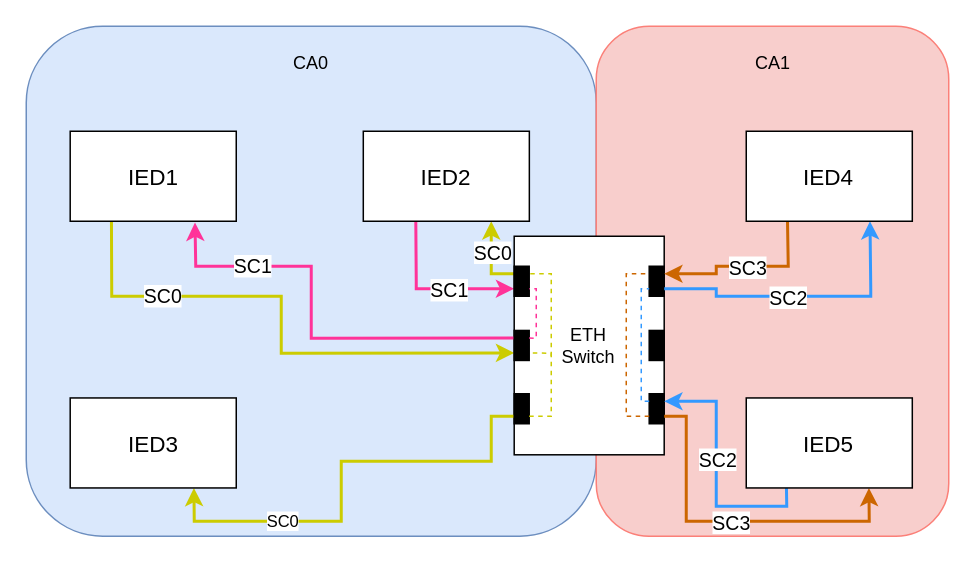
This is MACsec_documents/drawio_files/MACsec_Entities_Diagram.drawio from LFuereder/rpi_linux_macsec, a draw.io file, before an edit. Source tidied: cells renumbered, new cells numbered last; positions are measured from the earlier drawing's top-left corner, leaving out a move shared by most shapes. Both pictures are drawn from the tidied source at 150%, with x=0, y=0 at pixel (26, 26).
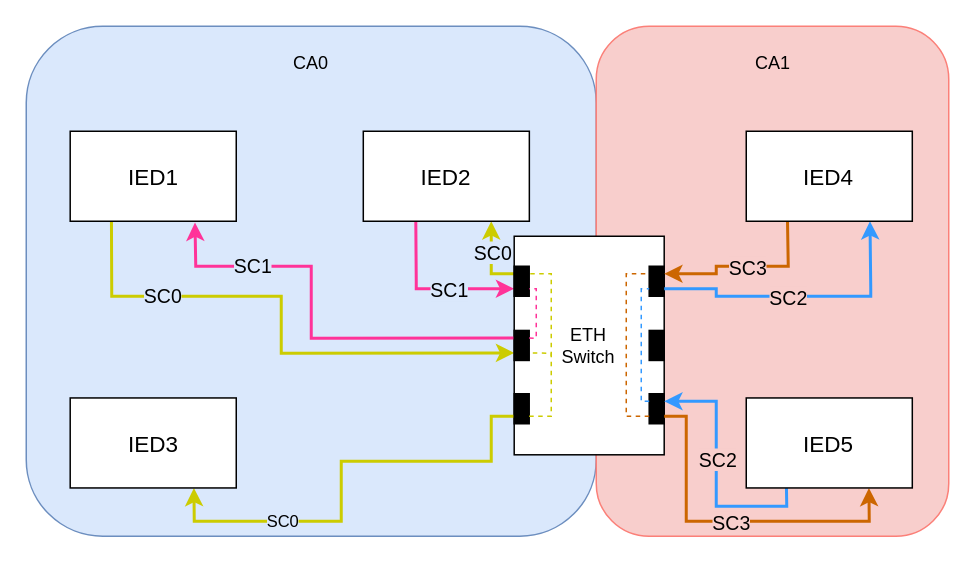
The same page after the edit.

The change refers to these unchanged cells:
```xml
<mxCell id="4" style="endArrow=classic;html=1;rounded=0;strokeColor=#FF3399;strokeWidth=2;fontColor=none;exitX=0.75;exitY=0;exitDx=0;exitDy=0;entryX=0.75;entryY=1;entryDx=0;entryDy=0;" parent="1" edge="1" target="22">
  <mxGeometry relative="1" as="geometry">
    <mxPoint x="259.7" y="130" as="sourcePoint" />
    <Array as="points">
      <mxPoint x="260" y="170" />
      <mxPoint x="260" y="175" />
      <mxPoint x="280" y="175" />
      <mxPoint x="310" y="175" />
    </Array>
  </mxGeometry>
</mxCell>
<mxCell id="6" style="endArrow=classic;html=1;rounded=0;strokeColor=#CCCC00;strokeWidth=2;fontColor=none;exitX=0.75;exitY=0;exitDx=0;exitDy=0;entryX=0.75;entryY=1;entryDx=0;entryDy=0;" parent="1" edge="1" target="21">
  <mxGeometry relative="1" as="geometry">
    <mxPoint x="56.8" y="130" as="sourcePoint" />
    <Array as="points">
      <mxPoint x="57" y="180" />
      <mxPoint x="170" y="180" />
      <mxPoint x="170" y="218" />
    </Array>
  </mxGeometry>
</mxCell>
<mxCell id="8" style="endArrow=classic;html=1;rounded=0;strokeColor=#CCCC00;strokeWidth=2;fontColor=none;entryX=0.292;entryY=0;entryDx=0;entryDy=0;entryPerimeter=0;exitX=0.25;exitY=1;exitDx=0;exitDy=0;" parent="1" edge="1" source="22">
  <mxGeometry relative="1" as="geometry">
    <mxPoint x="310" y="130" as="targetPoint" />
    <Array as="points">
      <mxPoint x="310" y="165" />
      <mxPoint x="310" y="160" />
    </Array>
  </mxGeometry>
</mxCell>
<mxCell id="13" style="endArrow=classic;html=1;rounded=0;strokeColor=#CCCC00;strokeWidth=2;fontColor=none;exitX=0.75;exitY=1;exitDx=0;exitDy=0;entryX=0.25;entryY=0;entryDx=0;entryDy=0;" parent="1" edge="1" source="20">
  <mxGeometry relative="1" as="geometry">
    <mxPoint x="111.8" y="307.8" as="targetPoint" />
    <Array as="points">
      <mxPoint x="310" y="260" />
      <mxPoint x="310" y="290" />
      <mxPoint x="280" y="290" />
      <mxPoint x="210" y="290" />
      <mxPoint x="210" y="330" />
      <mxPoint x="112" y="330" />
    </Array>
  </mxGeometry>
</mxCell>
<mxCell id="15" style="endArrow=classic;html=1;rounded=0;strokeColor=#FF3399;strokeWidth=2;fontColor=none;exitX=0.25;exitY=1;exitDx=0;exitDy=0;entryX=0.244;entryY=-0.008;entryDx=0;entryDy=0;entryPerimeter=0;" parent="1" edge="1" source="21">
  <mxGeometry relative="1" as="geometry">
    <mxPoint x="112.5" y="130.9" as="targetPoint" />
    <Array as="points">
      <mxPoint x="190" y="208" />
      <mxPoint x="190" y="160" />
      <mxPoint x="113" y="160" />
    </Array>
  </mxGeometry>
</mxCell>
<mxCell id="24" style="endArrow=classic;html=1;rounded=0;strokeColor=#CC6600;strokeWidth=2;fontColor=none;exitX=0.75;exitY=0;exitDx=0;exitDy=0;entryX=0.25;entryY=0;entryDx=0;entryDy=0;" parent="1" edge="1" source="23">
  <mxGeometry relative="1" as="geometry">
    <mxPoint x="561.8" y="307.8" as="targetPoint" />
    <Array as="points">
      <mxPoint x="440" y="260" />
      <mxPoint x="440" y="330" />
      <mxPoint x="562" y="330" />
    </Array>
  </mxGeometry>
</mxCell>
<mxCell id="29" style="endArrow=classic;html=1;rounded=0;strokeColor=#3399FF;strokeWidth=2;fontColor=none;exitX=0.75;exitY=0;exitDx=0;exitDy=0;entryX=0.25;entryY=0;entryDx=0;entryDy=0;" parent="1" edge="1" target="23">
  <mxGeometry relative="1" as="geometry">
    <mxPoint x="506.8" y="307.8" as="sourcePoint" />
    <Array as="points">
      <mxPoint x="507" y="320" />
      <mxPoint x="460" y="320" />
      <mxPoint x="460" y="250" />
    </Array>
  </mxGeometry>
</mxCell>
<mxCell id="31" style="endArrow=classic;html=1;rounded=0;strokeColor=#3399FF;strokeWidth=2;fontColor=none;entryX=0.25;entryY=0;entryDx=0;entryDy=0;exitX=0.75;exitY=0;exitDx=0;exitDy=0;" parent="1" edge="1" source="18">
  <mxGeometry relative="1" as="geometry">
    <mxPoint x="562.5" y="130" as="targetPoint" />
    <Array as="points">
      <mxPoint x="460" y="175" />
      <mxPoint x="460" y="180" />
      <mxPoint x="500" y="180" />
      <mxPoint x="563" y="180" />
      <mxPoint x="563" y="175" />
    </Array>
  </mxGeometry>
</mxCell>
<mxCell id="33" style="endArrow=classic;html=1;rounded=0;strokeColor=#CC6600;strokeWidth=2;fontColor=none;exitX=0.75;exitY=0;exitDx=0;exitDy=0;entryX=0.25;entryY=0;entryDx=0;entryDy=0;" parent="1" edge="1" target="18">
  <mxGeometry relative="1" as="geometry">
    <mxPoint x="507.5" y="130" as="sourcePoint" />
    <Array as="points">
      <mxPoint x="508" y="160" />
      <mxPoint x="460" y="160" />
      <mxPoint x="460" y="165" />
      <mxPoint x="450" y="165" />
    </Array>
  </mxGeometry>
</mxCell>
```

Diff of the diagram source:
```diff
@@
-    <mxCell id="5" value="SC1" style="edgeLabel;html=1;align=center;verticalAlign=middle;fontColor=none;fontSize=13;" parent="4" vertex="1">
+    <mxCell id="5" value="SC1" style="edgeLabel;html=1;align=center;verticalAlign=middle;fontColor=none;fontSize=13;labelBackgroundColor=#DAE8FC;" parent="4" vertex="1">
       <mxGeometry relative="1" as="geometry">
         <mxPoint x="12" as="offset" />
       </mxGeometry>
     </mxCell>
@@
-    <mxCell id="7" value="SC0" style="edgeLabel;html=1;align=center;verticalAlign=middle;fontColor=none;fontSize=13;" parent="6" vertex="1">
+    <mxCell id="7" value="SC0" style="edgeLabel;html=1;align=center;verticalAlign=middle;fontColor=none;fontSize=13;labelBackgroundColor=#DAE8FC;" parent="6" vertex="1">
       <mxGeometry relative="1" as="geometry">
         <mxPoint x="-80" y="-15" as="offset" />
       </mxGeometry>
     </mxCell>
@@
-    <mxCell id="9" value="SC0" style="edgeLabel;html=1;align=center;verticalAlign=middle;fontColor=none;fontSize=13;" parent="8" vertex="1">
+    <mxCell id="9" value="SC0" style="edgeLabel;html=1;align=center;verticalAlign=middle;fontColor=none;fontSize=13;labelBackgroundColor=#DAE8FC;" parent="8" vertex="1">
       <mxGeometry relative="1" as="geometry">
         <mxPoint y="-5" as="offset" />
       </mxGeometry>
     </mxCell>
@@
-    <mxCell id="14" value="SC0" style="edgeLabel;html=1;align=center;verticalAlign=middle;fontColor=none;" parent="13" vertex="1">
+    <mxCell id="14" value="SC0" style="edgeLabel;html=1;align=center;verticalAlign=middle;fontColor=none;labelBackgroundColor=#DAE8FC;" parent="13" vertex="1">
       <mxGeometry relative="1" as="geometry">
         <mxPoint x="-40" y="32" as="offset" />
       </mxGeometry>
     </mxCell>
@@
-    <mxCell id="16" value="SC1" style="edgeLabel;html=1;align=center;verticalAlign=middle;fontColor=none;fontSize=13;" parent="15" vertex="1">
+    <mxCell id="16" value="SC1" style="edgeLabel;html=1;align=center;verticalAlign=middle;fontColor=none;fontSize=13;labelBackgroundColor=#DAE8FC;" parent="15" vertex="1">
       <mxGeometry relative="1" as="geometry">
         <mxPoint x="-40" y="-39" as="offset" />
       </mxGeometry>
     </mxCell>
@@
-    <mxCell id="25" value="SC3" style="edgeLabel;html=1;align=center;verticalAlign=middle;fontColor=none;fontSize=13;" parent="24" vertex="1">
+    <mxCell id="25" value="SC3" style="edgeLabel;html=1;align=center;verticalAlign=middle;fontColor=none;fontSize=13;labelBackgroundColor=#F8CECC;" parent="24" vertex="1">
       <mxGeometry relative="1" as="geometry" />
     </mxCell>
@@
-    <mxCell id="30" value="SC2" style="edgeLabel;html=1;align=center;verticalAlign=middle;fontColor=none;perimeter=rectanglePerimeter;fontSize=13;" parent="29" vertex="1">
+    <mxCell id="30" value="SC2" style="edgeLabel;html=1;align=center;verticalAlign=middle;fontColor=none;perimeter=rectanglePerimeter;fontSize=13;labelBackgroundColor=#F8CECC;" parent="29" vertex="1">
       <mxGeometry relative="1" as="geometry">
         <mxPoint y="-9" as="offset" />
       </mxGeometry>
     </mxCell>
@@
-    <mxCell id="32" value="SC2" style="edgeLabel;html=1;align=center;verticalAlign=middle;fontColor=none;perimeter=rectanglePerimeter;fontSize=13;" parent="31" vertex="1">
+    <mxCell id="32" value="SC2" style="edgeLabel;html=1;align=center;verticalAlign=middle;fontColor=none;perimeter=rectanglePerimeter;fontSize=13;labelBackgroundColor=#F8CECC;" parent="31" vertex="1">
       <mxGeometry relative="1" as="geometry">
         <mxPoint x="-9" as="offset" />
       </mxGeometry>
     </mxCell>
@@
-    <mxCell id="34" value="SC3" style="edgeLabel;html=1;align=center;verticalAlign=middle;fontColor=none;fontSize=13;" parent="33" vertex="1">
+    <mxCell id="34" value="SC3" style="edgeLabel;html=1;align=center;verticalAlign=middle;fontColor=none;fontSize=13;labelBackgroundColor=#F8CECC;" parent="33" vertex="1">
       <mxGeometry relative="1" as="geometry">
         <mxPoint x="1" as="offset" />
       </mxGeometry>
     </mxCell>
```
